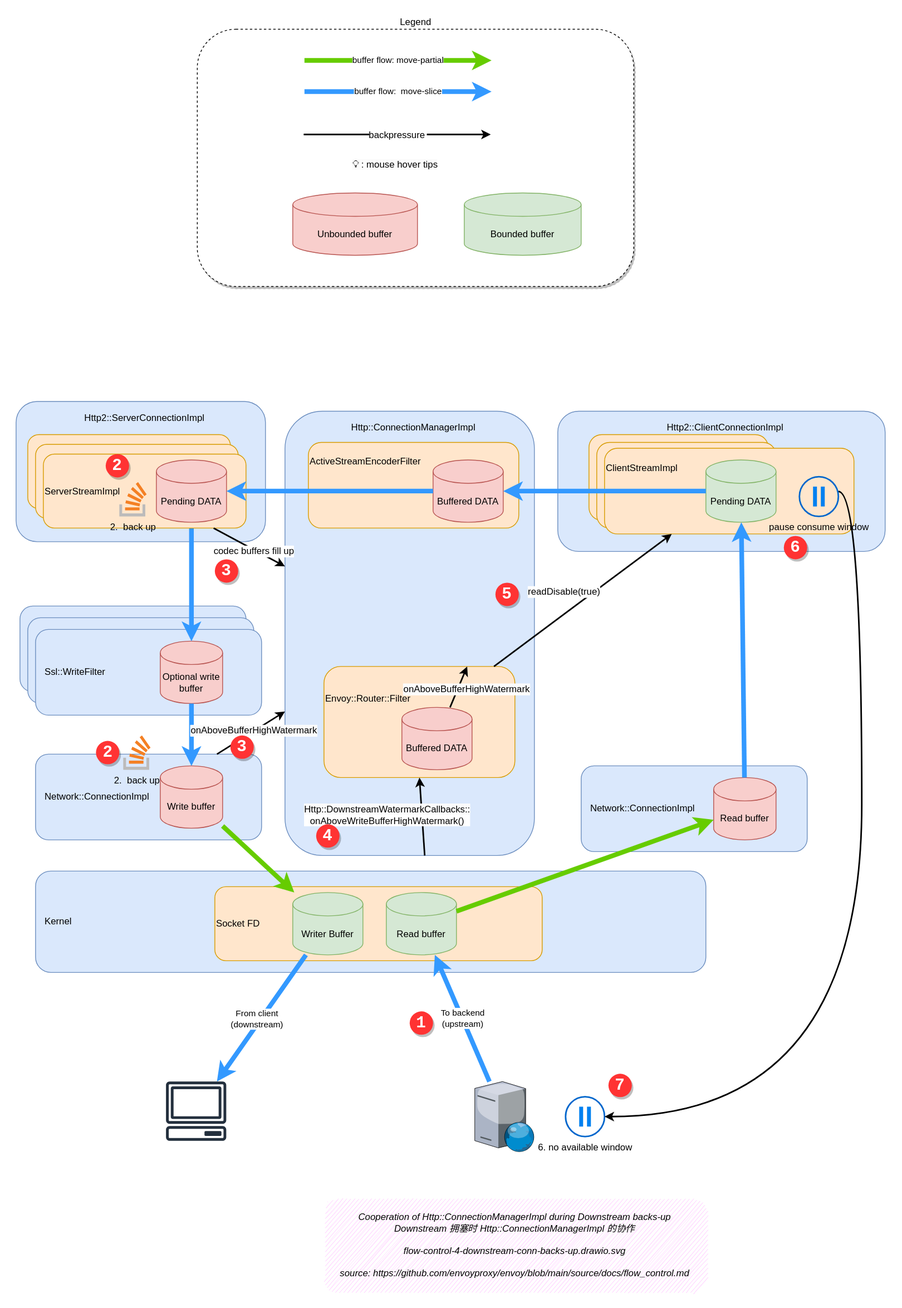
Before: docs/source/ch2-envoy/arch/flow-control/flow-control-4-downstream-conn-backs-up.drawio.svg, a diagram exported from draw.io (labilezhu/istio-insider). Source tidied: cells renumbered, new cells last; positions are measured from the earlier drawing's top-left corner, leaving out a move shared by most shapes.
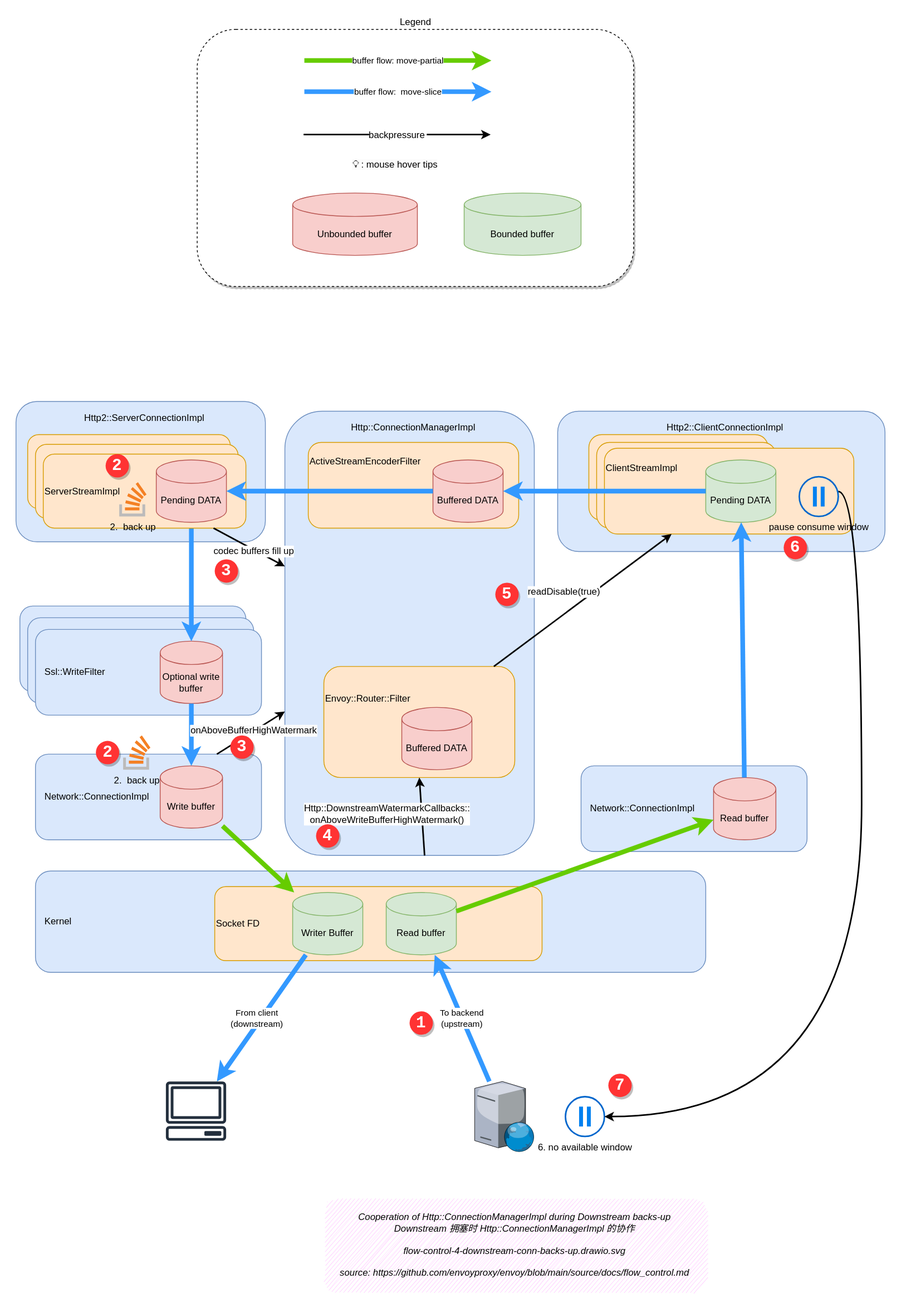
Above is the later version.

The edit, as a diff of the source:
```diff
@@ -147,9 +147,6 @@
     <mxCell id="48" value="&lt;div style=&quot;text-align: left;&quot;&gt;codec buffers fill up&lt;/div&gt;" style="endArrow=classic;html=1;strokeWidth=2;fontSize=12;jumpStyle=arc;" parent="1" edge="1" source="34" target="17">
       <mxGeometry x="0.15" y="-2" relative="1" as="geometry" />
     </mxCell>
-    <mxCell id="49" value="&lt;span style=&quot;text-align: left; background-color: rgb(251, 251, 251);&quot;&gt;&amp;nbsp;onAboveBufferHighWatermark&lt;/span&gt;" style="endArrow=classic;html=1;strokeWidth=2;fontSize=12;jumpStyle=arc;entryX=0.75;entryY=0;entryDx=0;entryDy=0;" parent="1" edge="1" source="47" target="46">
-      <mxGeometry x="0.05" y="-11" relative="1" as="geometry" />
-    </mxCell>
     <mxCell id="50" value="&lt;span style=&quot;text-align: left; background-color: rgb(251, 251, 251);&quot;&gt;Http::DownstreamWatermarkCallbacks::&lt;br&gt;&amp;nbsp;&lt;/span&gt;onAboveWriteBufferHighWatermark()" style="endArrow=classic;html=1;strokeWidth=2;fontSize=12;jumpStyle=arc;entryX=0.5;entryY=1;entryDx=0;entryDy=0;" parent="1" edge="1" source="17" target="46">
       <mxGeometry x="0.11" y="45" relative="1" as="geometry" />
     </mxCell>
```
